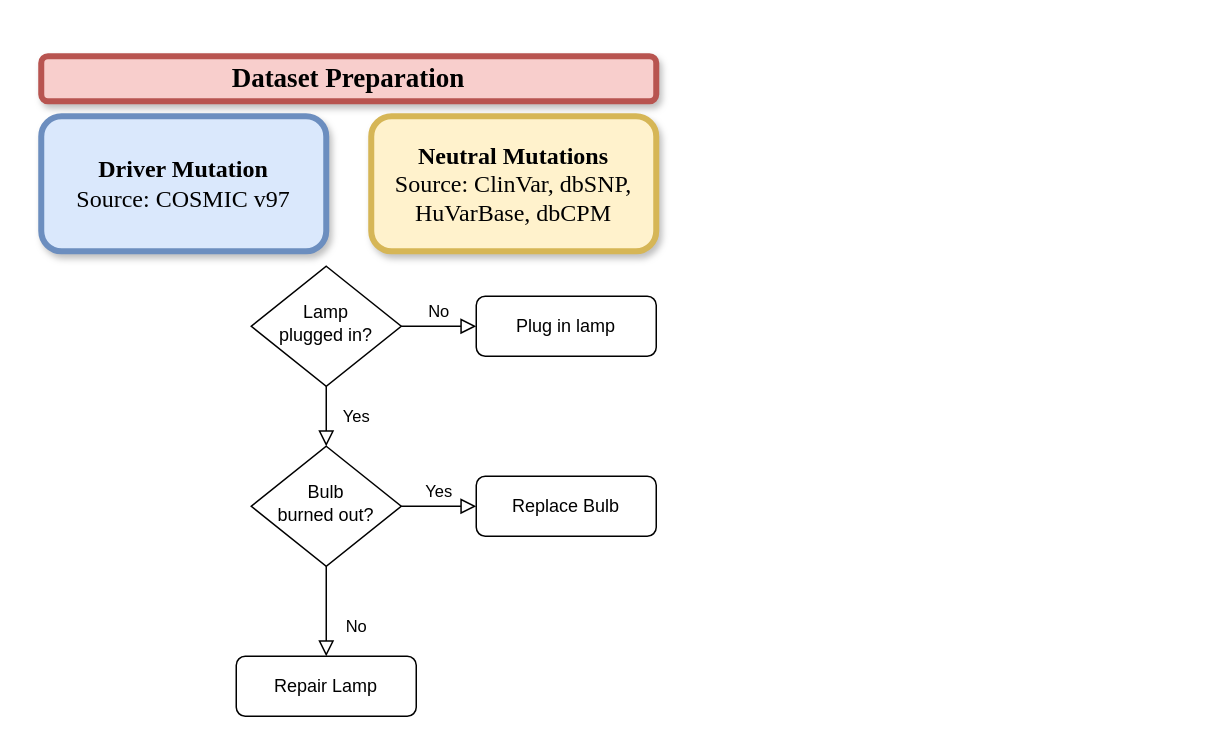
amitphogat/Phogat keeps this draw.io diagram as Untitled Diagram.drawio. Above is the earlier version. Source tidied: cells renumbered, new cells numbered last; positions are measured from the earlier drawing's top-left corner, leaving out a move shared by most shapes. Both pictures are drawn from the tidied source at 150%, with x=0, y=0 at pixel (40, 56). Pictures stored in the file or linked from it are replaced by grey dashed boxes.
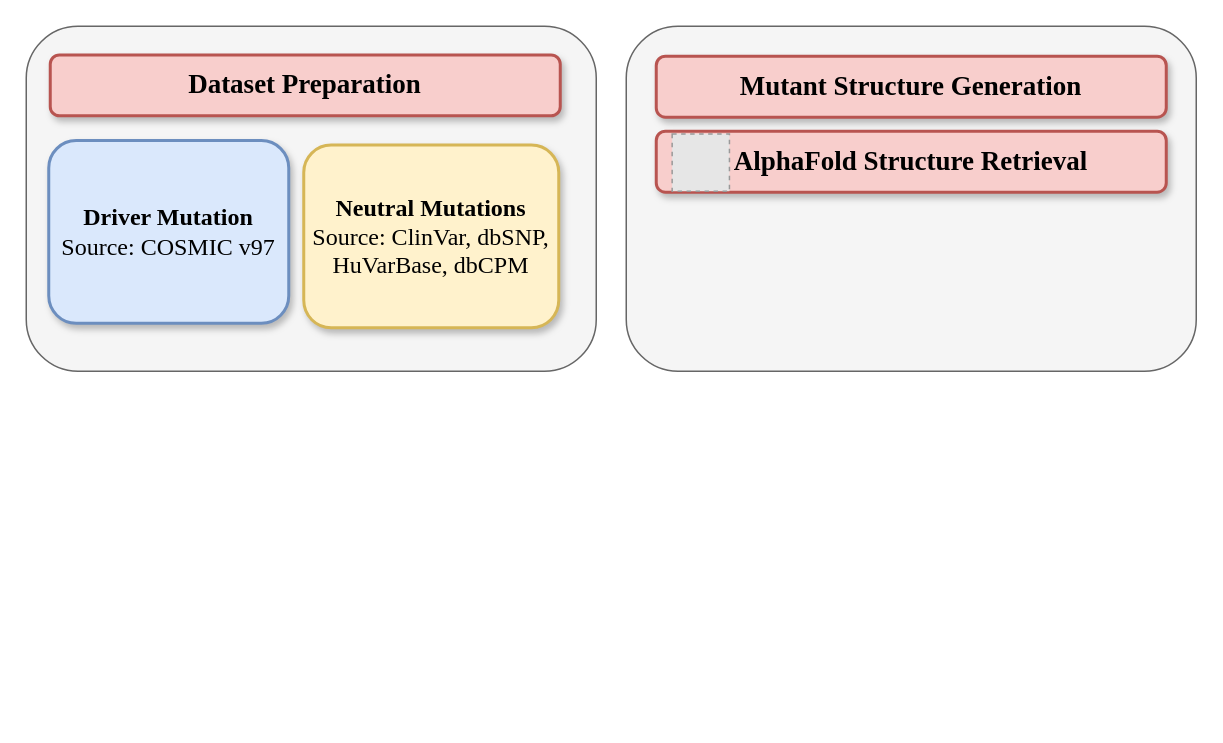
The same page after the edit.

Diff of the diagram source:
```diff
@@
 <mxGraphModel>
   <root>
     <mxCell id="0" />
     <mxCell id="1" parent="0" />
+    <mxCell id="14" style="group;" parent="1" vertex="1">
+      <mxGeometry x="-10" y="-20" width="380" height="230" as="geometry" />
+    </mxCell>
+    <mxCell id="15" style="rounded=1;whiteSpace=wrap;html=1;fillColor=#f5f5f5;fontColor=#333333;strokeColor=#666666;" parent="14" vertex="1">
+      <mxGeometry width="380" height="230" as="geometry" />
+    </mxCell>
-    <mxCell id="2" value="Dataset Preparation" style="rounded=1;whiteSpace=wrap;html=1;fontSize=18;glass=0;strokeWidth=4;shadow=1;fontFamily=Times New Roman;fontStyle=1;fillColor=#f8cecc;strokeColor=#b85450;" parent="1" vertex="1">
-      <mxGeometry width="410" height="30" as="geometry" />
+    <mxCell id="2" value="Dataset Preparation" style="rounded=1;whiteSpace=wrap;html=1;fontSize=18;glass=0;strokeWidth=2;shadow=1;fontFamily=Times New Roman;fontStyle=1;fillColor=#f8cecc;strokeColor=#b85450;" parent="14" vertex="1">
+      <mxGeometry x="16" y="19.1" width="340" height="40.6" as="geometry" />
     </mxCell>
-    <mxCell id="3" value="Yes" style="rounded=0;html=1;jettySize=auto;fontSize=11;endArrow=block;endFill=0;endSize=8;strokeWidth=1;shadow=0;labelBackgroundColor=none;edgeStyle=orthogonalEdgeStyle;" parent="1" edge="1" source="5" target="9">
-      <mxGeometry y="20" relative="1" as="geometry" />
-    </mxCell>
-    <mxCell id="4" value="No" style="edgeStyle=orthogonalEdgeStyle;rounded=0;html=1;jettySize=auto;fontSize=11;endArrow=block;endFill=0;endSize=8;strokeWidth=1;shadow=0;labelBackgroundColor=none;" parent="1" edge="1" source="5" target="6">
-      <mxGeometry y="10" relative="1" as="geometry" />
-    </mxCell>
-    <mxCell id="5" value="Lamp&lt;br&gt;plugged in?" style="rhombus;whiteSpace=wrap;html=1;shadow=0;fontFamily=Helvetica;fontSize=12;align=center;strokeWidth=1;spacing=6;spacingTop=-4;" parent="1" vertex="1">
-      <mxGeometry x="140" y="140" width="100" height="80" as="geometry" />
-    </mxCell>
-    <mxCell id="6" value="Plug in lamp" style="rounded=1;whiteSpace=wrap;html=1;fontSize=12;glass=0;strokeWidth=1;shadow=0;" parent="1" vertex="1">
-      <mxGeometry x="290" y="160" width="120" height="40" as="geometry" />
-    </mxCell>
-    <mxCell id="7" value="No" style="rounded=0;html=1;jettySize=auto;fontSize=11;endArrow=block;endFill=0;endSize=8;strokeWidth=1;shadow=0;labelBackgroundColor=none;edgeStyle=orthogonalEdgeStyle;" parent="1" edge="1" source="9" target="10">
-      <mxGeometry x="0.33" y="20" relative="1" as="geometry" />
-    </mxCell>
-    <mxCell id="8" value="Yes" style="edgeStyle=orthogonalEdgeStyle;rounded=0;html=1;jettySize=auto;fontSize=11;endArrow=block;endFill=0;endSize=8;strokeWidth=1;shadow=0;labelBackgroundColor=none;" parent="1" edge="1" source="9" target="11">
-      <mxGeometry y="10" relative="1" as="geometry" />
-    </mxCell>
-    <mxCell id="9" value="Bulb&lt;br&gt;burned out?" style="rhombus;whiteSpace=wrap;html=1;shadow=0;fontFamily=Helvetica;fontSize=12;align=center;strokeWidth=1;spacing=6;spacingTop=-4;" parent="1" vertex="1">
-      <mxGeometry x="140" y="260" width="100" height="80" as="geometry" />
-    </mxCell>
-    <mxCell id="10" value="Repair Lamp" style="rounded=1;whiteSpace=wrap;html=1;fontSize=12;glass=0;strokeWidth=1;shadow=0;" parent="1" vertex="1">
-      <mxGeometry x="130" y="400" width="120" height="40" as="geometry" />
-    </mxCell>
-    <mxCell id="11" value="Replace Bulb" style="rounded=1;whiteSpace=wrap;html=1;fontSize=12;glass=0;strokeWidth=1;shadow=0;" parent="1" vertex="1">
-      <mxGeometry x="290" y="280" width="120" height="40" as="geometry" />
-    </mxCell>
-    <mxCell id="12" value="&lt;b&gt;Driver Mutation&lt;/b&gt;&lt;div&gt;Source: COSMIC v97&lt;/div&gt;" style="rounded=1;whiteSpace=wrap;html=1;fontSize=16;glass=0;strokeWidth=4;shadow=1;fontFamily=Times New Roman;labelBackgroundColor=none;fillColor=#dae8fc;strokeColor=#6c8ebf;" parent="1" vertex="1">
-      <mxGeometry y="40" width="190" height="90" as="geometry" />
+    <mxCell id="12" value="&lt;b&gt;Driver Mutation&lt;/b&gt;&lt;div&gt;Source: COSMIC v97&lt;/div&gt;" style="rounded=1;whiteSpace=wrap;html=1;fontSize=16;glass=0;strokeWidth=2;shadow=1;fontFamily=Times New Roman;labelBackgroundColor=none;fillColor=#dae8fc;strokeColor=#6c8ebf;" parent="14" vertex="1">
+      <mxGeometry x="15" y="76.2" width="160" height="121.8" as="geometry" />
     </mxCell>
-    <mxCell id="13" value="&lt;b&gt;Neutral Mutations&lt;/b&gt;&lt;div&gt;Source: ClinVar, dbSNP, HuVarBase, dbCPM&lt;/div&gt;" style="rounded=1;whiteSpace=wrap;html=1;fontSize=16;glass=0;strokeWidth=4;shadow=1;fontFamily=Times New Roman;labelBackgroundColor=none;fillColor=#fff2cc;strokeColor=#d6b656;" parent="1" vertex="1">
-      <mxGeometry x="220" y="40" width="190" height="90" as="geometry" />
+    <mxCell id="13" value="&lt;b&gt;Neutral Mutations&lt;/b&gt;&lt;div&gt;Source: ClinVar, dbSNP, HuVarBase, dbCPM&lt;/div&gt;" style="rounded=1;whiteSpace=wrap;html=1;fontSize=16;glass=0;strokeWidth=2;shadow=1;fontFamily=Times New Roman;labelBackgroundColor=none;fillColor=#fff2cc;strokeColor=#d6b656;" parent="14" vertex="1">
+      <mxGeometry x="185" y="79.2" width="170" height="121.8" as="geometry" />
     </mxCell>
+    <mxCell id="16" style="group;" parent="1" vertex="1">
+      <mxGeometry x="390" y="-20" width="380" height="230" as="geometry" />
+    </mxCell>
+    <mxCell id="17" style="rounded=1;whiteSpace=wrap;html=1;fillColor=#f5f5f5;fontColor=#333333;strokeColor=#666666;" parent="16" vertex="1">
+      <mxGeometry width="380" height="230" as="geometry" />
+    </mxCell>
+    <mxCell id="18" value="Mutant Structure Generation" style="rounded=1;whiteSpace=wrap;html=1;fontSize=18;glass=0;strokeWidth=2;shadow=1;fontFamily=Times New Roman;fontStyle=1;fillColor=#f8cecc;strokeColor=#b85450;" parent="16" vertex="1">
+      <mxGeometry x="20" y="20" width="340" height="40.6" as="geometry" />
+    </mxCell>
+    <mxCell id="19" value="AlphaFold Structure Retrieval" style="rounded=1;whiteSpace=wrap;html=1;fontSize=18;glass=0;strokeWidth=2;shadow=1;fontFamily=Times New Roman;fontStyle=1;fillColor=#f8cecc;strokeColor=#b85450;" parent="16" vertex="1">
+      <mxGeometry x="20" y="70" width="340" height="40.6" as="geometry" />
+    </mxCell>
+    <mxCell id="20" style="fillColor=#E6E6E6;strokeColor=#999999;dashed=1;verticalLabelPosition=bottom;labelBackgroundColor=default;verticalAlign=top;" parent="16" vertex="1">
+      <mxGeometry x="30.6" y="71.8" width="38.2" height="38.2" as="geometry" />
+    </mxCell>
   </root>
 </mxGraphModel>
```
